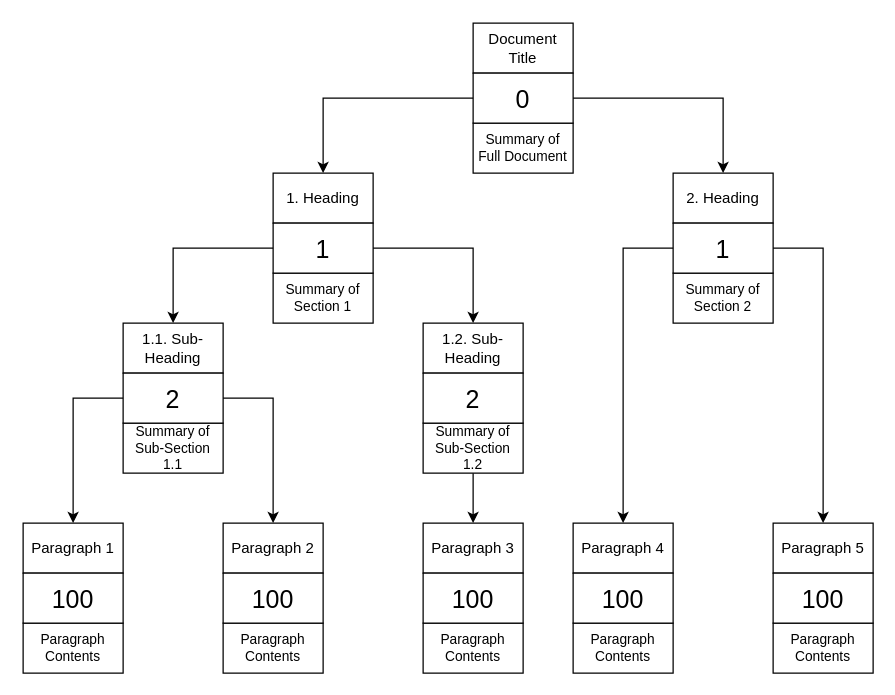
Earlier version of the draw.io diagram Document Tree.drawio (smelm/thesis). Source tidied: cells renumbered, new cells numbered last; positions are measured from the earlier drawing's top-left corner, leaving out a move shared by most shapes. Both pictures are drawn from the tidied source at 125%, with x=0, y=0 at pixel (22, 22).
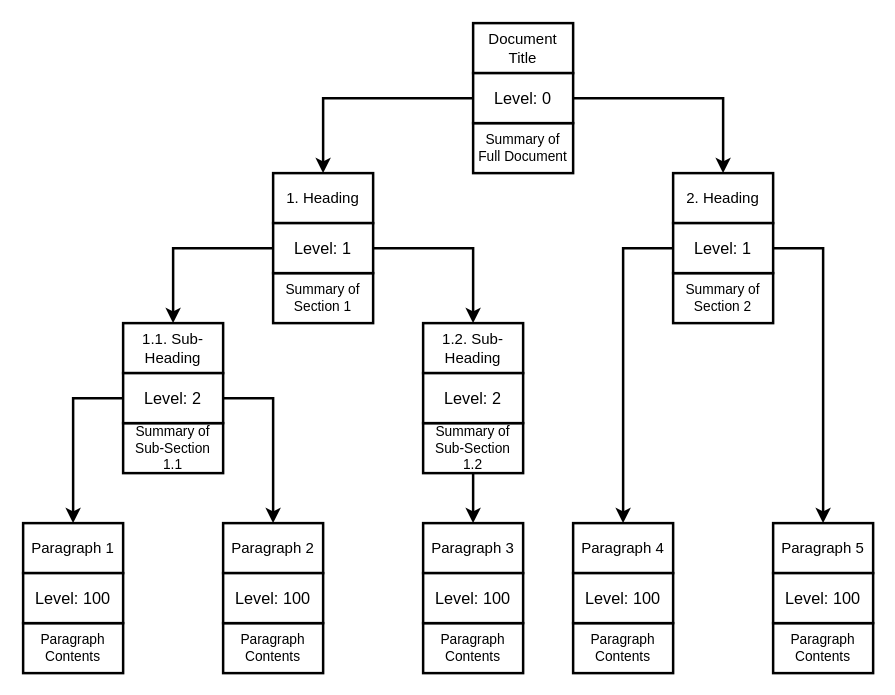
Above is the later version.

The edit, as a diff of the source:
```diff
@@
-    <mxCell id="2" value="Document Title" style="rounded=0;whiteSpace=wrap;html=1;" parent="1" vertex="1">
+    <mxCell id="2" value="Document Title" style="rounded=0;whiteSpace=wrap;html=1;strokeWidth=2;" parent="1" vertex="1">
       <mxGeometry x="360" width="80" height="40" as="geometry" />
     </mxCell>
-    <mxCell id="3" value="Summary of Full Document" style="rounded=0;whiteSpace=wrap;html=1;fontSize=11;" parent="1" vertex="1">
+    <mxCell id="3" value="Summary of Full Document" style="rounded=0;whiteSpace=wrap;html=1;fontSize=11;strokeWidth=2;" parent="1" vertex="1">
       <mxGeometry x="360" y="80" width="80" height="40" as="geometry" />
     </mxCell>
-    <mxCell id="4" value="0" style="rounded=0;whiteSpace=wrap;html=1;fontSize=20;" parent="1" vertex="1">
+    <mxCell id="4" value="Level:&amp;nbsp;&lt;span style=&quot;background-color: initial;&quot;&gt;0&lt;/span&gt;" style="rounded=0;whiteSpace=wrap;html=1;fontSize=13;strokeWidth=2;" parent="1" vertex="1">
       <mxGeometry x="360" y="40" width="80" height="40" as="geometry" />
     </mxCell>
-    <mxCell id="5" value="1. Heading" style="rounded=0;whiteSpace=wrap;html=1;" parent="1" vertex="1">
+    <mxCell id="5" value="1. Heading" style="rounded=0;whiteSpace=wrap;html=1;strokeWidth=2;" parent="1" vertex="1">
       <mxGeometry x="200" y="120" width="80" height="40" as="geometry" />
     </mxCell>
-    <mxCell id="6" value="Summary of Section 1" style="rounded=0;whiteSpace=wrap;html=1;fontSize=11;" parent="1" vertex="1">
+    <mxCell id="6" value="Summary of Section 1" style="rounded=0;whiteSpace=wrap;html=1;fontSize=11;strokeWidth=2;" parent="1" vertex="1">
       <mxGeometry x="200" y="200" width="80" height="40" as="geometry" />
     </mxCell>
-    <mxCell id="7" value="1" style="rounded=0;whiteSpace=wrap;html=1;fontSize=20;" parent="1" vertex="1">
+    <mxCell id="7" value="Level: 1" style="rounded=0;whiteSpace=wrap;html=1;fontSize=13;strokeWidth=2;" parent="1" vertex="1">
       <mxGeometry x="200" y="160" width="80" height="40" as="geometry" />
     </mxCell>
-    <mxCell id="8" value="2. Heading" style="rounded=0;whiteSpace=wrap;html=1;" parent="1" vertex="1">
+    <mxCell id="8" value="2. Heading" style="rounded=0;whiteSpace=wrap;html=1;strokeWidth=2;" parent="1" vertex="1">
       <mxGeometry x="520" y="120" width="80" height="40" as="geometry" />
     </mxCell>
-    <mxCell id="9" value="Summary of Section 2" style="rounded=0;whiteSpace=wrap;html=1;fontSize=11;" parent="1" vertex="1">
+    <mxCell id="9" value="Summary of Section 2" style="rounded=0;whiteSpace=wrap;html=1;fontSize=11;strokeWidth=2;" parent="1" vertex="1">
       <mxGeometry x="520" y="200" width="80" height="40" as="geometry" />
     </mxCell>
-    <mxCell id="10" value="1" style="rounded=0;whiteSpace=wrap;html=1;fontSize=20;" parent="1" vertex="1">
+    <mxCell id="10" value="Level: 1" style="rounded=0;whiteSpace=wrap;html=1;fontSize=13;strokeWidth=2;" parent="1" vertex="1">
       <mxGeometry x="520" y="160" width="80" height="40" as="geometry" />
     </mxCell>
-    <mxCell id="11" value="1.1. Sub-Heading" style="rounded=0;whiteSpace=wrap;html=1;" parent="1" vertex="1">
+    <mxCell id="11" value="1.1. Sub-Heading" style="rounded=0;whiteSpace=wrap;html=1;strokeWidth=2;" parent="1" vertex="1">
       <mxGeometry x="80" y="240" width="80" height="40" as="geometry" />
     </mxCell>
-    <mxCell id="12" value="Summary of Sub-Section 1.1" style="rounded=0;whiteSpace=wrap;html=1;fontSize=11;" parent="1" vertex="1">
+    <mxCell id="12" value="Summary of Sub-Section 1.1" style="rounded=0;whiteSpace=wrap;html=1;fontSize=11;strokeWidth=2;" parent="1" vertex="1">
       <mxGeometry x="80" y="320" width="80" height="40" as="geometry" />
     </mxCell>
-    <mxCell id="13" value="2" style="rounded=0;whiteSpace=wrap;html=1;fontSize=20;" parent="1" vertex="1">
+    <mxCell id="13" value="Level: 2" style="rounded=0;whiteSpace=wrap;html=1;fontSize=13;strokeWidth=2;" parent="1" vertex="1">
       <mxGeometry x="80" y="280" width="80" height="40" as="geometry" />
     </mxCell>
-    <mxCell id="14" value="1.2. Sub-Heading" style="rounded=0;whiteSpace=wrap;html=1;" parent="1" vertex="1">
+    <mxCell id="14" value="1.2. Sub-Heading" style="rounded=0;whiteSpace=wrap;html=1;strokeWidth=2;" parent="1" vertex="1">
       <mxGeometry x="320" y="240" width="80" height="40" as="geometry" />
     </mxCell>
-    <mxCell id="15" style="edgeStyle=orthogonalEdgeStyle;rounded=0;jettySize=auto;html=1;entryX=0.5;entryY=0;entryDx=0;entryDy=0;" parent="1" edge="1" source="16" target="30">
+    <mxCell id="15" style="edgeStyle=orthogonalEdgeStyle;rounded=0;jettySize=auto;html=1;entryX=0.5;entryY=0;entryDx=0;entryDy=0;strokeWidth=2;" parent="1" edge="1" source="16" target="30">
       <mxGeometry relative="1" as="geometry" />
     </mxCell>
-    <mxCell id="16" value="Summary of Sub-Section 1.2" style="rounded=0;whiteSpace=wrap;html=1;fontSize=11;" parent="1" vertex="1">
+    <mxCell id="16" value="Summary of Sub-Section 1.2" style="rounded=0;whiteSpace=wrap;html=1;fontSize=11;strokeWidth=2;" parent="1" vertex="1">
       <mxGeometry x="320" y="320" width="80" height="40" as="geometry" />
     </mxCell>
-    <mxCell id="17" value="2" style="rounded=0;whiteSpace=wrap;html=1;fontSize=20;" parent="1" vertex="1">
+    <mxCell id="17" value="Level: 2" style="rounded=0;whiteSpace=wrap;html=1;fontSize=13;strokeWidth=2;" parent="1" vertex="1">
       <mxGeometry x="320" y="280" width="80" height="40" as="geometry" />
     </mxCell>
-    <mxCell id="18" value="Paragraph 4" style="rounded=0;whiteSpace=wrap;html=1;" parent="1" vertex="1">
+    <mxCell id="18" value="Paragraph 4" style="rounded=0;whiteSpace=wrap;html=1;strokeWidth=2;" parent="1" vertex="1">
       <mxGeometry x="440" y="400" width="80" height="40" as="geometry" />
     </mxCell>
-    <mxCell id="19" value="Paragraph Contents" style="rounded=0;whiteSpace=wrap;html=1;fontSize=11;" parent="1" vertex="1">
+    <mxCell id="19" value="Paragraph Contents" style="rounded=0;whiteSpace=wrap;html=1;fontSize=11;strokeWidth=2;" parent="1" vertex="1">
       <mxGeometry x="440" y="480" width="80" height="40" as="geometry" />
     </mxCell>
-    <mxCell id="20" value="100" style="rounded=0;whiteSpace=wrap;html=1;fontSize=20;" parent="1" vertex="1">
-      <mxGeometry x="440" y="440" width="80" height="40" as="geometry" />
-    </mxCell>
-    <mxCell id="21" value="Paragraph 5" style="rounded=0;whiteSpace=wrap;html=1;" parent="1" vertex="1">
+    <mxCell id="21" value="Paragraph 5" style="rounded=0;whiteSpace=wrap;html=1;strokeWidth=2;" parent="1" vertex="1">
       <mxGeometry x="600" y="400" width="80" height="40" as="geometry" />
     </mxCell>
-    <mxCell id="22" value="Paragraph Contents" style="rounded=0;whiteSpace=wrap;html=1;fontSize=11;" parent="1" vertex="1">
+    <mxCell id="22" value="Paragraph Contents" style="rounded=0;whiteSpace=wrap;html=1;fontSize=11;strokeWidth=2;" parent="1" vertex="1">
       <mxGeometry x="600" y="480" width="80" height="40" as="geometry" />
     </mxCell>
-    <mxCell id="23" value="100" style="rounded=0;whiteSpace=wrap;html=1;fontSize=20;" parent="1" vertex="1">
-      <mxGeometry x="600" y="440" width="80" height="40" as="geometry" />
-    </mxCell>
-    <mxCell id="24" value="Paragraph 1" style="rounded=0;whiteSpace=wrap;html=1;" parent="1" vertex="1">
+    <mxCell id="24" value="Paragraph 1" style="rounded=0;whiteSpace=wrap;html=1;strokeWidth=2;" parent="1" vertex="1">
       <mxGeometry y="400" width="80" height="40" as="geometry" />
     </mxCell>
-    <mxCell id="25" value="Paragraph Contents" style="rounded=0;whiteSpace=wrap;html=1;fontSize=11;" parent="1" vertex="1">
+    <mxCell id="25" value="Paragraph Contents" style="rounded=0;whiteSpace=wrap;html=1;fontSize=11;strokeWidth=2;" parent="1" vertex="1">
       <mxGeometry y="480" width="80" height="40" as="geometry" />
     </mxCell>
-    <mxCell id="26" value="100" style="rounded=0;whiteSpace=wrap;html=1;fontSize=20;" parent="1" vertex="1">
+    <mxCell id="26" value="Level: 100" style="rounded=0;whiteSpace=wrap;html=1;fontSize=13;strokeWidth=2;" parent="1" vertex="1">
       <mxGeometry y="440" width="80" height="40" as="geometry" />
     </mxCell>
-    <mxCell id="27" value="Paragraph 2" style="rounded=0;whiteSpace=wrap;html=1;" parent="1" vertex="1">
+    <mxCell id="27" value="Paragraph 2" style="rounded=0;whiteSpace=wrap;html=1;strokeWidth=2;" parent="1" vertex="1">
       <mxGeometry x="160" y="400" width="80" height="40" as="geometry" />
     </mxCell>
-    <mxCell id="28" value="Paragraph Contents" style="rounded=0;whiteSpace=wrap;html=1;fontSize=11;" parent="1" vertex="1">
+    <mxCell id="28" value="Paragraph Contents" style="rounded=0;whiteSpace=wrap;html=1;fontSize=11;strokeWidth=2;" parent="1" vertex="1">
       <mxGeometry x="160" y="480" width="80" height="40" as="geometry" />
     </mxCell>
-    <mxCell id="29" value="100" style="rounded=0;whiteSpace=wrap;html=1;fontSize=20;" parent="1" vertex="1">
-      <mxGeometry x="160" y="440" width="80" height="40" as="geometry" />
-    </mxCell>
-    <mxCell id="30" value="Paragraph 3" style="rounded=0;whiteSpace=wrap;html=1;" parent="1" vertex="1">
+    <mxCell id="30" value="Paragraph 3" style="rounded=0;whiteSpace=wrap;html=1;strokeWidth=2;" parent="1" vertex="1">
       <mxGeometry x="320" y="400" width="80" height="40" as="geometry" />
     </mxCell>
-    <mxCell id="31" value="Paragraph Contents" style="rounded=0;whiteSpace=wrap;html=1;fontSize=11;" parent="1" vertex="1">
+    <mxCell id="31" value="Paragraph Contents" style="rounded=0;whiteSpace=wrap;html=1;fontSize=11;strokeWidth=2;" parent="1" vertex="1">
       <mxGeometry x="320" y="480" width="80" height="40" as="geometry" />
     </mxCell>
-    <mxCell id="32" value="100" style="rounded=0;whiteSpace=wrap;html=1;fontSize=20;" parent="1" vertex="1">
-      <mxGeometry x="320" y="440" width="80" height="40" as="geometry" />
-    </mxCell>
-    <mxCell id="33" style="endArrow=classic;html=1;rounded=0;exitX=0;exitY=0.5;exitDx=0;exitDy=0;entryX=0.5;entryY=0;entryDx=0;entryDy=0;" parent="1" edge="1" source="4" target="5">
+    <mxCell id="33" style="endArrow=classic;html=1;rounded=0;exitX=0;exitY=0.5;exitDx=0;exitDy=0;entryX=0.5;entryY=0;entryDx=0;entryDy=0;strokeWidth=2;" parent="1" edge="1" source="4" target="5">
       <mxGeometry relative="1" as="geometry">
         <Array as="points">
           <mxPoint x="240" y="60" />
         </Array>
       </mxGeometry>
     </mxCell>
-    <mxCell id="34" style="endArrow=classic;html=1;rounded=0;exitX=0;exitY=0.5;exitDx=0;exitDy=0;entryX=0.5;entryY=0;entryDx=0;entryDy=0;" parent="1" edge="1" target="8">
+    <mxCell id="34" style="endArrow=classic;html=1;rounded=0;exitX=0;exitY=0.5;exitDx=0;exitDy=0;entryX=0.5;entryY=0;entryDx=0;entryDy=0;strokeWidth=2;" parent="1" edge="1" target="8">
       <mxGeometry relative="1" as="geometry">
         <mxPoint x="440" y="60" as="sourcePoint" />
         <Array as="points">
           <mxPoint x="560" y="60" />
         </Array>
       </mxGeometry>
     </mxCell>
-    <mxCell id="35" style="endArrow=classic;html=1;rounded=0;exitX=0;exitY=0.5;exitDx=0;exitDy=0;entryX=0.5;entryY=0;entryDx=0;entryDy=0;" parent="1" edge="1" target="11">
+    <mxCell id="35" style="endArrow=classic;html=1;rounded=0;exitX=0;exitY=0.5;exitDx=0;exitDy=0;entryX=0.5;entryY=0;entryDx=0;entryDy=0;strokeWidth=2;" parent="1" edge="1" target="11">
       <mxGeometry relative="1" as="geometry">
         <mxPoint x="200" y="180" as="sourcePoint" />
         <Array as="points">
           <mxPoint x="120" y="180" />
         </Array>
       </mxGeometry>
     </mxCell>
-    <mxCell id="36" style="endArrow=classic;html=1;rounded=0;exitX=0;exitY=0.5;exitDx=0;exitDy=0;entryX=0.5;entryY=0;entryDx=0;entryDy=0;" parent="1" edge="1" target="24">
+    <mxCell id="36" style="endArrow=classic;html=1;rounded=0;exitX=0;exitY=0.5;exitDx=0;exitDy=0;entryX=0.5;entryY=0;entryDx=0;entryDy=0;strokeWidth=2;" parent="1" edge="1" target="24">
       <mxGeometry relative="1" as="geometry">
         <mxPoint x="80" y="300" as="sourcePoint" />
         <Array as="points">
           <mxPoint x="40" y="300" />
         </Array>
       </mxGeometry>
     </mxCell>
-    <mxCell id="37" style="endArrow=classic;html=1;rounded=0;exitX=0;exitY=0.5;exitDx=0;exitDy=0;entryX=0.5;entryY=0;entryDx=0;entryDy=0;" parent="1" edge="1" target="27">
+    <mxCell id="37" style="endArrow=classic;html=1;rounded=0;exitX=0;exitY=0.5;exitDx=0;exitDy=0;entryX=0.5;entryY=0;entryDx=0;entryDy=0;strokeWidth=2;" parent="1" edge="1" target="27">
       <mxGeometry relative="1" as="geometry">
         <mxPoint x="160" y="300" as="sourcePoint" />
         <Array as="points">
           <mxPoint x="200" y="300" />
         </Array>
       </mxGeometry>
     </mxCell>
-    <mxCell id="38" style="endArrow=classic;html=1;rounded=0;exitX=1;exitY=0.5;exitDx=0;exitDy=0;entryX=0.5;entryY=0;entryDx=0;entryDy=0;" parent="1" edge="1" source="7" target="14">
+    <mxCell id="38" style="endArrow=classic;html=1;rounded=0;exitX=1;exitY=0.5;exitDx=0;exitDy=0;entryX=0.5;entryY=0;entryDx=0;entryDy=0;strokeWidth=2;" parent="1" edge="1" source="7" target="14">
       <mxGeometry relative="1" as="geometry">
         <Array as="points">
           <mxPoint x="360" y="180" />
         </Array>
       </mxGeometry>
     </mxCell>
-    <mxCell id="39" style="endArrow=classic;html=1;rounded=0;exitX=0;exitY=0.5;exitDx=0;exitDy=0;entryX=0.5;entryY=0;entryDx=0;entryDy=0;" parent="1" edge="1" target="21">
+    <mxCell id="39" style="endArrow=classic;html=1;rounded=0;exitX=0;exitY=0.5;exitDx=0;exitDy=0;entryX=0.5;entryY=0;entryDx=0;entryDy=0;fontSize=11;strokeWidth=2;" parent="1" edge="1" target="21">
       <mxGeometry relative="1" as="geometry">
         <mxPoint x="600" y="180" as="sourcePoint" />
         <Array as="points">
           <mxPoint x="640" y="180" />
         </Array>
       </mxGeometry>
     </mxCell>
-    <mxCell id="40" style="endArrow=classic;html=1;rounded=0;exitX=0;exitY=0.5;exitDx=0;exitDy=0;" parent="1" edge="1" target="18">
+    <mxCell id="40" style="endArrow=classic;html=1;rounded=0;exitX=0;exitY=0.5;exitDx=0;exitDy=0;strokeWidth=2;" parent="1" edge="1" target="18">
       <mxGeometry relative="1" as="geometry">
         <mxPoint x="520" y="180" as="sourcePoint" />
         <Array as="points">
           <mxPoint x="480" y="180" />
         </Array>
       </mxGeometry>
     </mxCell>
+    <mxCell id="41" value="Level: 100" style="rounded=0;whiteSpace=wrap;html=1;fontSize=13;strokeWidth=2;" parent="1" vertex="1">
+      <mxGeometry x="160" y="440" width="80" height="40" as="geometry" />
+    </mxCell>
+    <mxCell id="42" value="Level: 100" style="rounded=0;whiteSpace=wrap;html=1;fontSize=13;strokeWidth=2;" parent="1" vertex="1">
+      <mxGeometry x="320" y="440" width="80" height="40" as="geometry" />
+    </mxCell>
+    <mxCell id="43" value="Level: 100" style="rounded=0;whiteSpace=wrap;html=1;fontSize=13;strokeWidth=2;" parent="1" vertex="1">
+      <mxGeometry x="440" y="440" width="80" height="40" as="geometry" />
+    </mxCell>
+    <mxCell id="44" value="Level: 100" style="rounded=0;whiteSpace=wrap;html=1;fontSize=13;strokeWidth=2;" parent="1" vertex="1">
+      <mxGeometry x="600" y="440" width="80" height="40" as="geometry" />
+    </mxCell>
```
